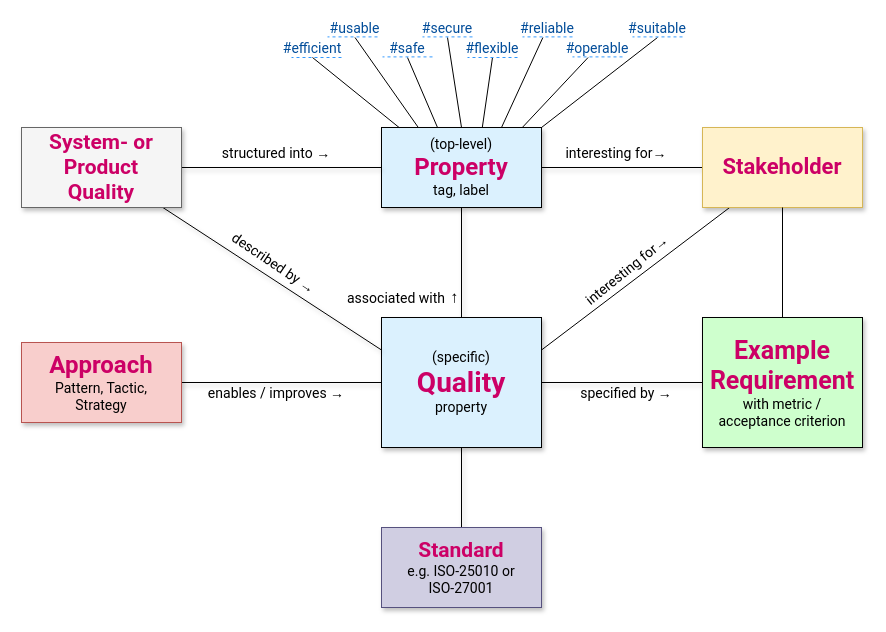
Earlier version of the draw.io diagram page "Q42 Meta Model" (1 of 3) of originals/metamodel/q42-metamodel.drawio (arc42/quality.arc42.org-site). Source tidied: cells renumbered, new cells numbered last; positions are measured from the earlier drawing's top-left corner, leaving out a move shared by most shapes. Both pictures are drawn from the tidied source at 100%, with x=0, y=0 at pixel (21, 17).
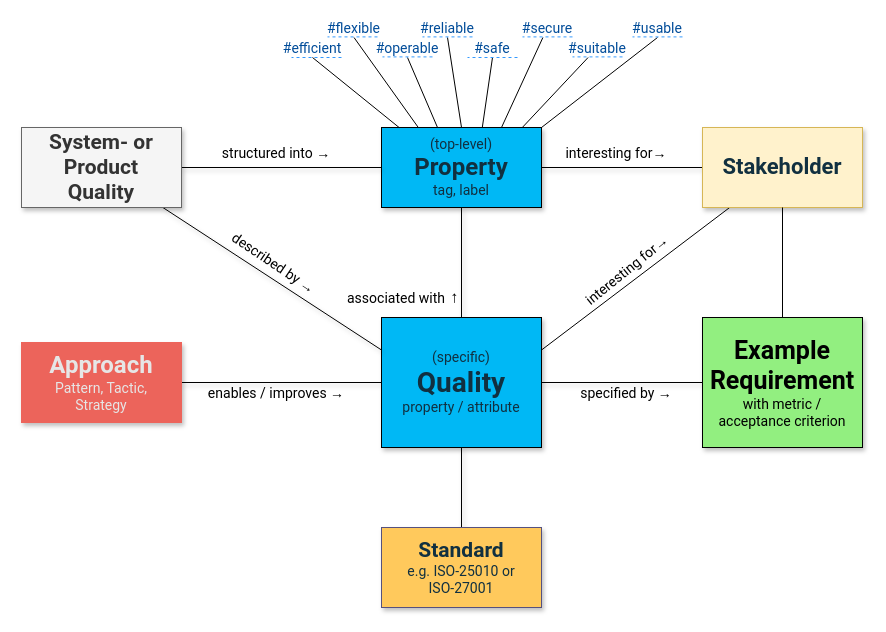
The same page after the edit.

Change to the diagram source:
```diff
@@
-    <mxCell id="4" value="&lt;font style=&quot;font-size: 14px;&quot;&gt;(top-level)&lt;/font&gt;&lt;div&gt;&lt;font style=&quot;font-size: 24px; color: rgb(204, 0, 102);&quot;&gt;&lt;b&gt;Property&lt;/b&gt;&lt;/font&gt;&lt;/div&gt;&lt;div&gt;&lt;font style=&quot;font-size: 14px;&quot;&gt;tag, label&lt;/font&gt;&lt;/div&gt;" style="rounded=0;whiteSpace=wrap;html=1;fillColor=light-dark(#dbf1fe, #ededed);fontFamily=Roboto;shadow=1;points=[[0,0,0,0,0],[0,0.5,0,0,0],[0,1,0,0,0],[0.11,0,0,0,0],[0.23,0,0,0,0],[0.25,1,0,0,0],[0.35,0,0,0,0],[0.5,0,0,0,0],[0.5,1,0,0,0],[0.63,0,0,0,0],[0.75,0,0,0,0],[0.75,1,0,0,0],[0.88,0,0,0,0],[1,0,0,0,0],[1,0.5,0,0,0],[1,1,0,0,0]];" parent="1" vertex="1">
+    <mxCell id="4" value="&lt;font style=&quot;font-size: 14px;&quot;&gt;(top-level)&lt;/font&gt;&lt;div&gt;&lt;font style=&quot;font-size: 24px;&quot;&gt;&lt;b&gt;Property&lt;/b&gt;&lt;/font&gt;&lt;/div&gt;&lt;div&gt;&lt;font style=&quot;font-size: 14px;&quot;&gt;tag, label&lt;/font&gt;&lt;/div&gt;" style="rounded=0;whiteSpace=wrap;html=1;fillColor=light-dark(#00B8F5,#EDEDED);fontFamily=Roboto;shadow=1;points=[[0,0,0,0,0],[0,0.5,0,0,0],[0,1,0,0,0],[0.11,0,0,0,0],[0.23,0,0,0,0],[0.25,1,0,0,0],[0.35,0,0,0,0],[0.5,0,0,0,0],[0.5,1,0,0,0],[0.63,0,0,0,0],[0.75,0,0,0,0],[0.75,1,0,0,0],[0.88,0,0,0,0],[1,0,0,0,0],[1,0.5,0,0,0],[1,1,0,0,0]];fontColor=#113040;" parent="1" vertex="1">
       <mxGeometry x="360" y="110" width="160" height="80" as="geometry" />
     </mxCell>
@@
-    <mxCell id="8" value="&lt;div&gt;&lt;font style=&quot;font-size: 14px;&quot;&gt;(specific)&lt;/font&gt;&lt;/div&gt;&lt;font style=&quot;color: rgb(204, 0, 102); font-size: 28px;&quot;&gt;&lt;b style=&quot;&quot;&gt;Quality&lt;/b&gt;&lt;/font&gt;&lt;div&gt;&lt;font style=&quot;font-size: 14px;&quot;&gt;property&lt;/font&gt;&lt;/div&gt;" style="rounded=0;whiteSpace=wrap;html=1;fillColor=#DBF1FE;fontFamily=Roboto;shadow=1;" parent="1" vertex="1">
+    <mxCell id="8" value="&lt;div&gt;&lt;font style=&quot;font-size: 14px;&quot;&gt;(specific)&lt;/font&gt;&lt;/div&gt;&lt;font style=&quot;font-size: 28px;&quot;&gt;&lt;b style=&quot;&quot;&gt;Quality&lt;/b&gt;&lt;/font&gt;&lt;div&gt;&lt;font style=&quot;font-size: 14px;&quot;&gt;property / attribute&lt;/font&gt;&lt;/div&gt;" style="rounded=0;whiteSpace=wrap;html=1;fillColor=light-dark(#00B8F5,#EDEDED);fontFamily=Roboto;shadow=1;fontColor=#113040;" parent="1" vertex="1">
       <mxGeometry x="360" y="300" width="160" height="130" as="geometry" />
     </mxCell>
@@
-    <mxCell id="10" value="&lt;font style=&quot;font-size: 22px; color: rgb(204, 0, 102);&quot;&gt;&lt;b style=&quot;&quot;&gt;Stakeholder&lt;/b&gt;&lt;/font&gt;" style="rounded=0;whiteSpace=wrap;html=1;fontFamily=Roboto;fillColor=#fff2cc;strokeColor=#d6b656;shadow=1;" parent="1" vertex="1">
+    <mxCell id="10" value="&lt;font style=&quot;font-size: 22px;&quot;&gt;&lt;b style=&quot;&quot;&gt;Stakeholder&lt;/b&gt;&lt;/font&gt;" style="rounded=0;whiteSpace=wrap;html=1;fontFamily=Roboto;fillColor=#fff2cc;strokeColor=#d6b656;shadow=1;fontColor=#113040;" parent="1" vertex="1">
       <mxGeometry x="681" y="110" width="160" height="80" as="geometry" />
     </mxCell>
@@
-    <mxCell id="13" value="&lt;font style=&quot;color: rgb(204, 0, 102);&quot;&gt;System- or&lt;/font&gt;&lt;div&gt;&lt;font style=&quot;color: rgb(204, 0, 102);&quot;&gt;Product&lt;/font&gt;&lt;/div&gt;&lt;div&gt;&lt;font style=&quot;color: rgb(204, 0, 102);&quot;&gt;Quality&lt;/font&gt;&lt;/div&gt;" style="rounded=0;whiteSpace=wrap;html=1;fontFamily=Roboto;fillColor=#f5f5f5;fontColor=#333333;strokeColor=#666666;fontSize=21;fontStyle=1;shadow=1;" parent="1" vertex="1">
+    <mxCell id="13" value="&lt;font&gt;System- or&lt;/font&gt;&lt;div&gt;&lt;font&gt;Product&lt;/font&gt;&lt;/div&gt;&lt;div&gt;&lt;font&gt;Quality&lt;/font&gt;&lt;/div&gt;" style="rounded=0;whiteSpace=wrap;html=1;fontFamily=Roboto;fillColor=#f5f5f5;fontColor=#333333;strokeColor=#666666;fontSize=21;fontStyle=1;shadow=1;" parent="1" vertex="1">
       <mxGeometry y="110" width="160" height="80" as="geometry" />
     </mxCell>
-    <mxCell id="14" value="&lt;div&gt;&lt;b style=&quot;color: rgb(204, 0, 102); background-color: transparent;&quot;&gt;&lt;font style=&quot;font-size: 25px;&quot;&gt;Example&lt;/font&gt;&lt;/b&gt;&lt;/div&gt;&lt;div&gt;&lt;font color=&quot;#cc0066&quot;&gt;&lt;b style=&quot;&quot;&gt;&lt;font style=&quot;font-size: 25px;&quot;&gt;Requirement&lt;/font&gt;&lt;br&gt;&lt;/b&gt;&lt;/font&gt;&lt;div&gt;&lt;font style=&quot;font-size: 14px;&quot;&gt;with metric /&lt;/font&gt;&lt;/div&gt;&lt;/div&gt;&lt;div&gt;&lt;font style=&quot;font-size: 14px;&quot;&gt;acceptance criterion&lt;/font&gt;&lt;/div&gt;" style="rounded=0;whiteSpace=wrap;html=1;fillColor=light-dark(#ceffcd, #ededed);fontFamily=Roboto;shadow=1;" parent="1" vertex="1">
+    <mxCell id="14" value="&lt;div&gt;&lt;b style=&quot;background-color: transparent;&quot;&gt;&lt;font style=&quot;font-size: 25px;&quot;&gt;Example&lt;/font&gt;&lt;/b&gt;&lt;/div&gt;&lt;div&gt;&lt;font&gt;&lt;b style=&quot;&quot;&gt;&lt;font style=&quot;font-size: 25px;&quot;&gt;Requirement&lt;/font&gt;&lt;br&gt;&lt;/b&gt;&lt;/font&gt;&lt;div&gt;&lt;font style=&quot;font-size: 14px;&quot;&gt;with metric /&lt;/font&gt;&lt;/div&gt;&lt;/div&gt;&lt;div&gt;&lt;font style=&quot;font-size: 14px;&quot;&gt;acceptance criterion&lt;/font&gt;&lt;/div&gt;" style="rounded=0;whiteSpace=wrap;html=1;fillColor=light-dark(#92EF80,#EDEDED);fontFamily=Roboto;shadow=1;" parent="1" vertex="1">
       <mxGeometry x="681" y="300" width="160" height="130" as="geometry" />
     </mxCell>
-    <mxCell id="15" value="&lt;font style=&quot;font-size: 21px; color: rgb(204, 0, 102);&quot;&gt;&lt;b style=&quot;&quot;&gt;Standard&lt;/b&gt;&lt;/font&gt;&lt;span style=&quot;font-size: 14px; background-color: transparent; color: light-dark(rgb(0, 0, 0), rgb(255, 255, 255));&quot;&gt;&lt;br&gt;e.g. ISO-25010 or &lt;br&gt;ISO-27001&lt;/span&gt;" style="rounded=0;whiteSpace=wrap;html=1;fontFamily=Roboto;fillColor=#d0cee2;strokeColor=#56517e;shadow=1;" parent="1" vertex="1">
+    <mxCell id="15" value="&lt;font style=&quot;color: rgb(17, 48, 64);&quot;&gt;&lt;font style=&quot;font-size: 21px;&quot;&gt;&lt;b style=&quot;&quot;&gt;Standard&lt;/b&gt;&lt;/font&gt;&lt;span style=&quot;font-size: 14px; background-color: transparent;&quot;&gt;&lt;br&gt;e.g. ISO-25010 or &lt;br&gt;ISO-27001&lt;/span&gt;&lt;/font&gt;" style="rounded=0;whiteSpace=wrap;html=1;fontFamily=Roboto;fillColor=#FFC95C;strokeColor=#56517e;shadow=1;" parent="1" vertex="1">
       <mxGeometry x="360" y="510" width="160" height="80" as="geometry" />
     </mxCell>
-    <mxCell id="16" value="&lt;font style=&quot;font-size: 24px; color: rgb(204, 0, 102);&quot;&gt;&lt;b&gt;Approach&lt;/b&gt;&lt;/font&gt;&lt;div&gt;&lt;font style=&quot;font-size: 14px;&quot;&gt;Pattern, Tactic,&lt;/font&gt;&lt;/div&gt;&lt;div&gt;&lt;font style=&quot;font-size: 14px;&quot;&gt;Strategy&lt;/font&gt;&lt;/div&gt;" style="rounded=0;whiteSpace=wrap;html=1;fontFamily=Roboto;fillColor=#f8cecc;strokeColor=#b85450;shadow=1;" parent="1" vertex="1">
+    <mxCell id="16" value="&lt;font style=&quot;font-size: 24px; color: rgb(230, 230, 230);&quot;&gt;&lt;b style=&quot;&quot;&gt;Approach&lt;/b&gt;&lt;/font&gt;&lt;div&gt;&lt;font style=&quot;font-size: 14px; color: rgb(230, 230, 230);&quot;&gt;Pattern, Tactic,&lt;/font&gt;&lt;/div&gt;&lt;div&gt;&lt;font style=&quot;font-size: 14px; color: rgb(230, 230, 230);&quot;&gt;Strategy&lt;/font&gt;&lt;/div&gt;" style="rounded=0;whiteSpace=wrap;html=1;fontFamily=Roboto;fillColor=#EC645B;strokeColor=light-dark(#ed645b, #d7817e);shadow=1;" parent="1" vertex="1">
       <mxGeometry y="325" width="160" height="80" as="geometry" />
     </mxCell>
@@
-    <mxCell id="24" value="&lt;p style=&quot;margin: 0px; font-variant-numeric: normal; font-variant-east-asian: normal; font-variant-alternates: normal; font-size-adjust: none; font-kerning: auto; font-optical-sizing: auto; font-feature-settings: normal; font-variation-settings: normal; font-variant-position: normal; font-variant-emoji: normal; font-stretch: normal; line-height: normal;&quot; class=&quot;p1&quot;&gt;&lt;font style=&quot;font-size: 14px;&quot;&gt;#usable&lt;/font&gt;&lt;/p&gt;" style="text;html=1;align=center;verticalAlign=middle;whiteSpace=wrap;rounded=0;fontFamily=Roboto;fontColor=#004C99;" parent="1" vertex="1">
-      <mxGeometry x="306" width="55" height="20" as="geometry" />
+    <mxCell id="24" value="&lt;p style=&quot;margin: 0px; font-variant-numeric: normal; font-variant-east-asian: normal; font-variant-alternates: normal; font-size-adjust: none; font-kerning: auto; font-optical-sizing: auto; font-feature-settings: normal; font-variation-settings: normal; font-variant-position: normal; font-variant-emoji: normal; font-stretch: normal; line-height: normal;&quot; class=&quot;p1&quot;&gt;&lt;font style=&quot;font-size: 14px;&quot;&gt;#flexible&lt;/font&gt;&lt;/p&gt;" style="text;html=1;align=center;verticalAlign=middle;whiteSpace=wrap;rounded=0;fontFamily=Roboto;fontColor=#004C99;" parent="1" vertex="1">
+      <mxGeometry x="305" width="55" height="20" as="geometry" />
     </mxCell>
-    <mxCell id="25" value="&lt;p style=&quot;margin: 0px; font-variant-numeric: normal; font-variant-east-asian: normal; font-variant-alternates: normal; font-size-adjust: none; font-kerning: auto; font-optical-sizing: auto; font-feature-settings: normal; font-variation-settings: normal; font-variant-position: normal; font-variant-emoji: normal; font-stretch: normal; line-height: normal;&quot; class=&quot;p1&quot;&gt;&lt;font style=&quot;font-size: 14px;&quot;&gt;#safe&lt;/font&gt;&lt;/p&gt;" style="text;html=1;align=center;verticalAlign=middle;whiteSpace=wrap;rounded=0;fontFamily=Roboto;fontColor=#004C99;" parent="1" vertex="1">
+    <mxCell id="25" value="&lt;p style=&quot;margin: 0px; font-variant-numeric: normal; font-variant-east-asian: normal; font-variant-alternates: normal; font-size-adjust: none; font-kerning: auto; font-optical-sizing: auto; font-feature-settings: normal; font-variation-settings: normal; font-variant-position: normal; font-variant-emoji: normal; font-stretch: normal; line-height: normal;&quot; class=&quot;p1&quot;&gt;&lt;font style=&quot;font-size: 14px;&quot;&gt;#operable&lt;/font&gt;&lt;/p&gt;" style="text;html=1;align=center;verticalAlign=middle;whiteSpace=wrap;rounded=0;fontFamily=Roboto;fontColor=#004C99;" parent="1" vertex="1">
       <mxGeometry x="351" y="20" width="70" height="20" as="geometry" />
     </mxCell>
-    <mxCell id="26" value="&lt;p style=&quot;margin: 0px; font-variant-numeric: normal; font-variant-east-asian: normal; font-variant-alternates: normal; font-size-adjust: none; font-kerning: auto; font-optical-sizing: auto; font-feature-settings: normal; font-variation-settings: normal; font-variant-position: normal; font-variant-emoji: normal; font-stretch: normal; line-height: normal;&quot; class=&quot;p1&quot;&gt;&lt;font style=&quot;font-size: 14px;&quot;&gt;#secure&lt;/font&gt;&lt;/p&gt;" style="text;html=1;align=center;verticalAlign=middle;whiteSpace=wrap;rounded=0;fontFamily=Roboto;fontColor=#004C99;" parent="1" vertex="1">
+    <mxCell id="26" value="&lt;p style=&quot;margin: 0px; font-variant-numeric: normal; font-variant-east-asian: normal; font-variant-alternates: normal; font-size-adjust: none; font-kerning: auto; font-optical-sizing: auto; font-feature-settings: normal; font-variation-settings: normal; font-variant-position: normal; font-variant-emoji: normal; font-stretch: normal; line-height: normal;&quot; class=&quot;p1&quot;&gt;&lt;font style=&quot;font-size: 14px;&quot;&gt;#reliable&lt;/font&gt;&lt;/p&gt;" style="text;html=1;align=center;verticalAlign=middle;whiteSpace=wrap;rounded=0;fontFamily=Roboto;fontColor=#004C99;" parent="1" vertex="1">
       <mxGeometry x="391" width="70" height="20" as="geometry" />
     </mxCell>
-    <mxCell id="27" value="&lt;p style=&quot;margin: 0px; font-variant-numeric: normal; font-variant-east-asian: normal; font-variant-alternates: normal; font-size-adjust: none; font-kerning: auto; font-optical-sizing: auto; font-feature-settings: normal; font-variation-settings: normal; font-variant-position: normal; font-variant-emoji: normal; font-stretch: normal; line-height: normal;&quot; class=&quot;p1&quot;&gt;&lt;font style=&quot;font-size: 14px;&quot;&gt;#flexible&lt;/font&gt;&lt;/p&gt;" style="text;html=1;align=center;verticalAlign=middle;whiteSpace=wrap;rounded=0;fontFamily=Roboto;fontColor=#004C99;" parent="1" vertex="1">
+    <mxCell id="27" value="&lt;p style=&quot;margin: 0px; font-variant-numeric: normal; font-variant-east-asian: normal; font-variant-alternates: normal; font-size-adjust: none; font-kerning: auto; font-optical-sizing: auto; font-feature-settings: normal; font-variation-settings: normal; font-variant-position: normal; font-variant-emoji: normal; font-stretch: normal; line-height: normal;&quot; class=&quot;p1&quot;&gt;&lt;span style=&quot;font-size: 14px;&quot;&gt;#safe&lt;/span&gt;&lt;/p&gt;" style="text;html=1;align=center;verticalAlign=middle;whiteSpace=wrap;rounded=0;fontFamily=Roboto;fontColor=#004C99;" parent="1" vertex="1">
       <mxGeometry x="436" y="20" width="70" height="20" as="geometry" />
     </mxCell>
-    <mxCell id="28" value="&lt;p style=&quot;margin: 0px; font-variant-numeric: normal; font-variant-east-asian: normal; font-variant-alternates: normal; font-size-adjust: none; font-kerning: auto; font-optical-sizing: auto; font-feature-settings: normal; font-variation-settings: normal; font-variant-position: normal; font-variant-emoji: normal; font-stretch: normal; line-height: normal;&quot; class=&quot;p1&quot;&gt;&lt;font style=&quot;font-size: 14px;&quot;&gt;#reliable&lt;/font&gt;&lt;/p&gt;" style="text;html=1;align=center;verticalAlign=middle;whiteSpace=wrap;rounded=0;fontFamily=Roboto;fontColor=#004C99;" parent="1" vertex="1">
+    <mxCell id="28" value="&lt;p style=&quot;margin: 0px; font-variant-numeric: normal; font-variant-east-asian: normal; font-variant-alternates: normal; font-size-adjust: none; font-kerning: auto; font-optical-sizing: auto; font-feature-settings: normal; font-variation-settings: normal; font-variant-position: normal; font-variant-emoji: normal; font-stretch: normal; line-height: normal;&quot; class=&quot;p1&quot;&gt;&lt;font style=&quot;font-size: 14px;&quot;&gt;#secure&lt;/font&gt;&lt;/p&gt;" style="text;html=1;align=center;verticalAlign=middle;whiteSpace=wrap;rounded=0;fontFamily=Roboto;fontColor=#004C99;" parent="1" vertex="1">
       <mxGeometry x="491" width="70" height="20" as="geometry" />
     </mxCell>
-    <mxCell id="29" value="&lt;p style=&quot;margin: 0px; font-variant-numeric: normal; font-variant-east-asian: normal; font-variant-alternates: normal; font-size-adjust: none; font-kerning: auto; font-optical-sizing: auto; font-feature-settings: normal; font-variation-settings: normal; font-variant-position: normal; font-variant-emoji: normal; font-stretch: normal; line-height: normal;&quot; class=&quot;p1&quot;&gt;&lt;font style=&quot;font-size: 14px;&quot;&gt;#operable&lt;/font&gt;&lt;/p&gt;" style="text;html=1;align=center;verticalAlign=middle;whiteSpace=wrap;rounded=0;fontFamily=Roboto;fontColor=#004C99;" parent="1" vertex="1">
+    <mxCell id="29" value="&lt;p style=&quot;margin: 0px; font-variant-numeric: normal; font-variant-east-asian: normal; font-variant-alternates: normal; font-size-adjust: none; font-kerning: auto; font-optical-sizing: auto; font-feature-settings: normal; font-variation-settings: normal; font-variant-position: normal; font-variant-emoji: normal; font-stretch: normal; line-height: normal;&quot; class=&quot;p1&quot;&gt;&lt;font style=&quot;font-size: 14px;&quot;&gt;#suitable&lt;/font&gt;&lt;/p&gt;" style="text;html=1;align=center;verticalAlign=middle;whiteSpace=wrap;rounded=0;fontFamily=Roboto;fontColor=#004C99;" parent="1" vertex="1">
       <mxGeometry x="541" y="20" width="70" height="20" as="geometry" />
     </mxCell>
-    <mxCell id="30" value="&lt;p style=&quot;margin: 0px; font-variant-numeric: normal; font-variant-east-asian: normal; font-variant-alternates: normal; font-size-adjust: none; font-kerning: auto; font-optical-sizing: auto; font-feature-settings: normal; font-variation-settings: normal; font-variant-position: normal; font-variant-emoji: normal; font-stretch: normal; line-height: normal;&quot; class=&quot;p1&quot;&gt;&lt;font style=&quot;font-size: 14px;&quot;&gt;#suitable&lt;/font&gt;&lt;/p&gt;" style="text;html=1;align=center;verticalAlign=middle;whiteSpace=wrap;rounded=0;fontFamily=Roboto;fontColor=#004C99;" parent="1" vertex="1">
+    <mxCell id="30" value="&lt;p style=&quot;margin: 0px; font-variant-numeric: normal; font-variant-east-asian: normal; font-variant-alternates: normal; font-size-adjust: none; font-kerning: auto; font-optical-sizing: auto; font-feature-settings: normal; font-variation-settings: normal; font-variant-position: normal; font-variant-emoji: normal; font-stretch: normal; line-height: normal;&quot; class=&quot;p1&quot;&gt;&lt;font style=&quot;font-size: 14px;&quot;&gt;#usable&lt;/font&gt;&lt;/p&gt;" style="text;html=1;align=center;verticalAlign=middle;whiteSpace=wrap;rounded=0;fontFamily=Roboto;fontColor=#004C99;" parent="1" vertex="1">
       <mxGeometry x="601" width="70" height="20" as="geometry" />
     </mxCell>
```
